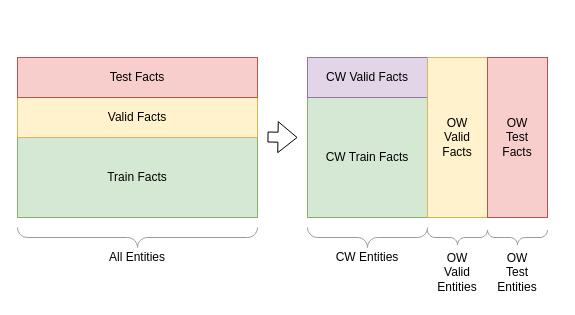
Above: src/5_experiments/1_data_sources/1_knowledge_graphs/irt_split.drawio in TobiasUhmann/thesis-latex (draw.io), before the change. Source tidied: cells renumbered, new cells numbered last; positions are measured from the earlier drawing's top-left corner, leaving out a move shared by most shapes. Both pictures are drawn from the tidied source at 100%, with x=0, y=0 at pixel (17, 57).
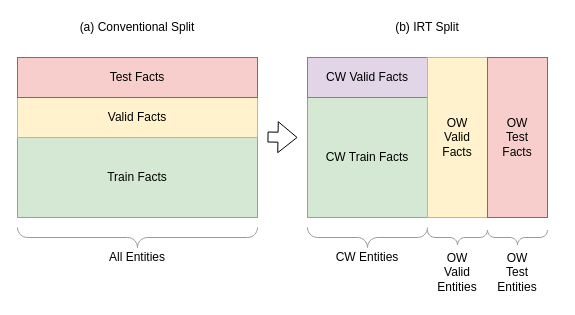
After the change.

The edit, as a diff of the source:
```diff
@@
+    <mxCell id="18" value="(a) Conventional Split" style="text;html=1;strokeColor=none;fillColor=none;align=center;verticalAlign=middle;whiteSpace=wrap;rounded=0;" parent="1" vertex="1">
+      <mxGeometry x="40" y="-40" width="160" height="20" as="geometry" />
+    </mxCell>
+    <mxCell id="19" value="(b) IRT Split" style="text;html=1;strokeColor=none;fillColor=none;align=center;verticalAlign=middle;whiteSpace=wrap;rounded=0;" parent="1" vertex="1">
+      <mxGeometry x="330" y="-40" width="160" height="20" as="geometry" />
+    </mxCell>
```
